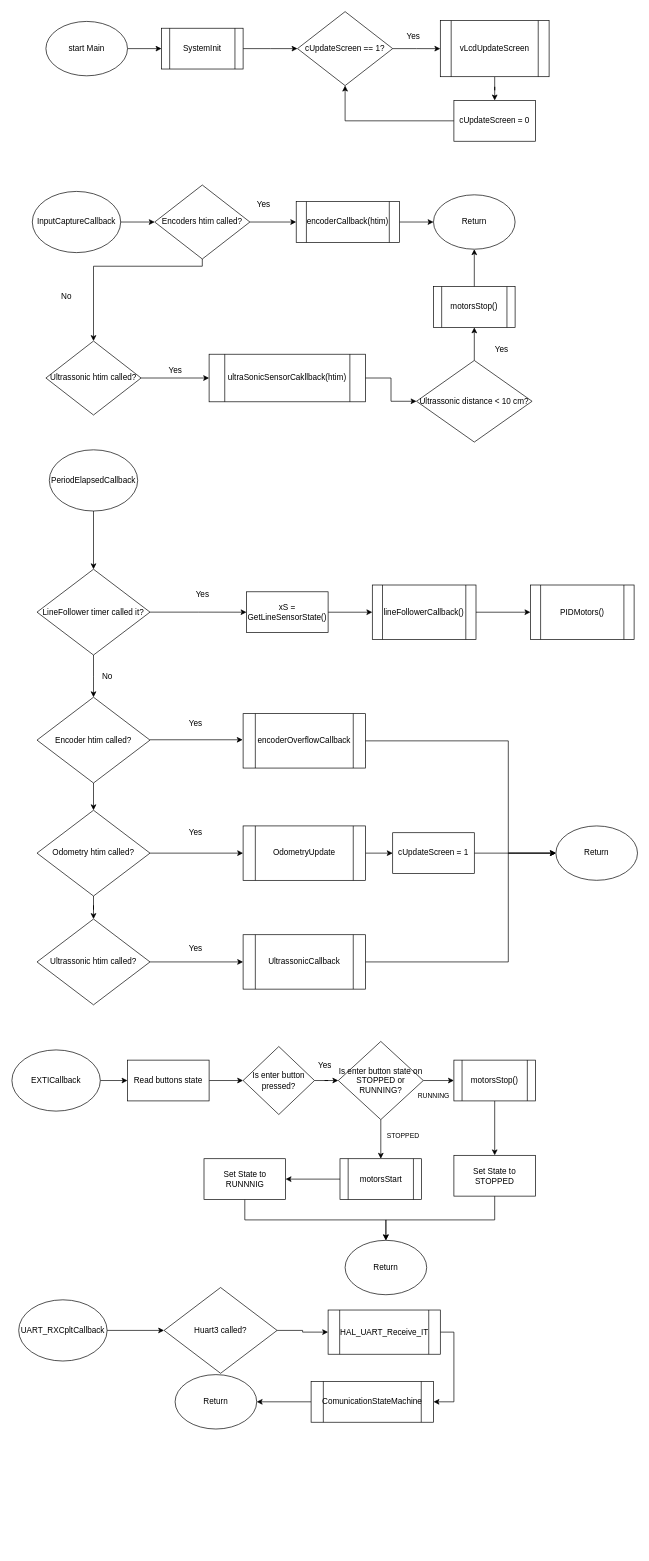
Before: FluxogramaMain.drawio in gabrielhaj/ES070, a draw.io diagram. Source tidied: cells renumbered, new cells numbered last; positions are measured from the earlier drawing's top-left corner, leaving out a move shared by most shapes. Both pictures are drawn from the tidied source at 68%, with x=0, y=0 at pixel (12, 12).
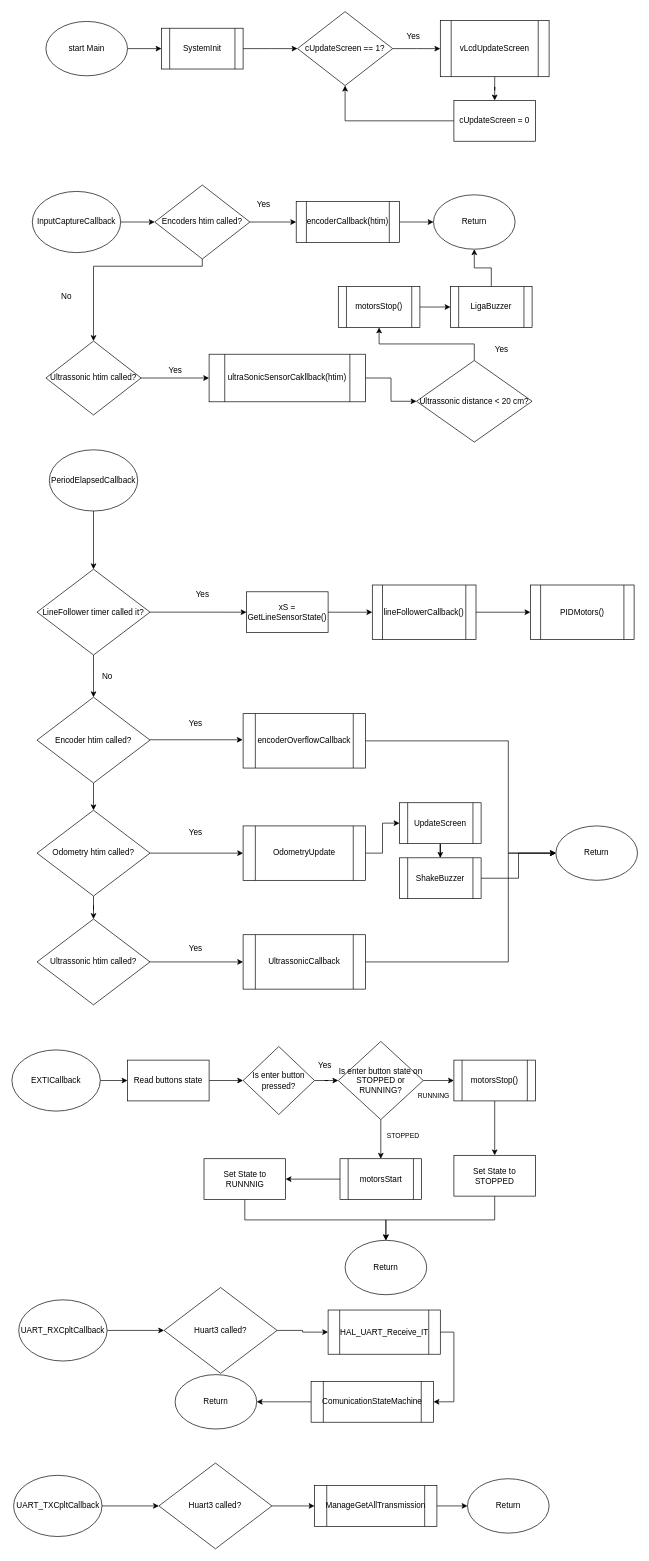
The same diagram, later.

The change refers to these unchanged cells:
```xml
<mxCell id="16" value="Return" style="ellipse;whiteSpace=wrap;html=1;" parent="1" vertex="1">
  <mxGeometry x="620" y="269" width="120" height="80" as="geometry" />
</mxCell>
<mxCell id="17" value="Return" style="ellipse;whiteSpace=wrap;html=1;" parent="1" vertex="1">
  <mxGeometry x="800" y="1197.1" width="120" height="80" as="geometry" />
</mxCell>
<mxCell id="77" value="OdometryUpdate" style="shape=process;whiteSpace=wrap;html=1;backgroundOutline=1;" parent="1" vertex="1">
  <mxGeometry x="340" y="1197.1" width="180" height="80" as="geometry" />
</mxCell>
```

Diff of the diagram source:
```diff
@@
-    <mxCell id="35" value="Ultrassonic distance &amp;lt; 10 cm?" style="rhombus;whiteSpace=wrap;html=1;" parent="1" vertex="1">
+    <mxCell id="35" value="Ultrassonic distance &amp;lt; 20 cm?" style="rhombus;whiteSpace=wrap;html=1;" parent="1" vertex="1">
       <mxGeometry x="595" y="512.6" width="170" height="120" as="geometry" />
     </mxCell>
@@
-    <mxCell id="37" style="edgeStyle=orthogonalEdgeStyle;rounded=0;jettySize=auto;html=1;entryX=0.5;entryY=1;entryDx=0;entryDy=0;" parent="1" edge="1" source="38" target="16">
-      <mxGeometry relative="1" as="geometry" />
-    </mxCell>
+    <mxCell id="95" style="edgeStyle=orthogonalEdgeStyle;rounded=0;jettySize=auto;html=1;entryX=0;entryY=0.5;entryDx=0;entryDy=0;" parent="1" edge="1" source="38" target="102">
+      <mxGeometry relative="1" as="geometry" />
+    </mxCell>
     <mxCell id="38" value="motorsStop()" style="shape=process;whiteSpace=wrap;html=1;backgroundOutline=1;" parent="1" vertex="1">
-      <mxGeometry x="620" y="404" width="120" height="60" as="geometry" />
+      <mxGeometry x="480" y="404" width="120" height="60" as="geometry" />
     </mxCell>
@@
-    <mxCell id="76" style="edgeStyle=orthogonalEdgeStyle;rounded=0;jettySize=auto;html=1;" parent="1" edge="1" source="77" target="85">
-      <mxGeometry relative="1" as="geometry" />
-    </mxCell>
+    <mxCell id="96" style="edgeStyle=orthogonalEdgeStyle;rounded=0;jettySize=auto;html=1;entryX=0;entryY=0.5;entryDx=0;entryDy=0;" parent="1" edge="1" source="77" target="98">
+      <mxGeometry relative="1" as="geometry" />
+    </mxCell>
@@
-    <mxCell id="84" style="edgeStyle=orthogonalEdgeStyle;rounded=0;jettySize=auto;html=1;" parent="1" edge="1" source="85">
-      <mxGeometry relative="1" as="geometry">
-        <mxPoint x="800" y="1237.1" as="targetPoint" />
-      </mxGeometry>
-    </mxCell>
-    <mxCell id="85" value="cUpdateScreen = 1" style="whiteSpace=wrap;html=1;" parent="1" vertex="1">
-      <mxGeometry x="560" y="1207.1" width="120" height="60" as="geometry" />
-    </mxCell>
@@
+    <mxCell id="97" style="edgeStyle=orthogonalEdgeStyle;rounded=0;jettySize=auto;html=1;" parent="1" edge="1" source="98" target="100">
+      <mxGeometry relative="1" as="geometry" />
+    </mxCell>
+    <mxCell id="98" value="UpdateScreen" style="shape=process;whiteSpace=wrap;html=1;backgroundOutline=1;" parent="1" vertex="1">
+      <mxGeometry x="570" y="1163" width="120" height="60" as="geometry" />
+    </mxCell>
+    <mxCell id="99" style="edgeStyle=orthogonalEdgeStyle;rounded=0;jettySize=auto;html=1;entryX=0;entryY=0.5;entryDx=0;entryDy=0;" parent="1" edge="1" source="100" target="17">
+      <mxGeometry relative="1" as="geometry" />
+    </mxCell>
+    <mxCell id="100" value="ShakeBuzzer" style="shape=process;whiteSpace=wrap;html=1;backgroundOutline=1;" parent="1" vertex="1">
+      <mxGeometry x="570" y="1244" width="120" height="60" as="geometry" />
+    </mxCell>
+    <mxCell id="101" style="edgeStyle=orthogonalEdgeStyle;rounded=0;jettySize=auto;html=1;entryX=0.5;entryY=1;entryDx=0;entryDy=0;" parent="1" edge="1" source="102" target="16">
+      <mxGeometry relative="1" as="geometry" />
+    </mxCell>
+    <mxCell id="102" value="LigaBuzzer" style="shape=process;whiteSpace=wrap;html=1;backgroundOutline=1;" parent="1" vertex="1">
+      <mxGeometry x="645" y="404" width="120" height="60" as="geometry" />
+    </mxCell>
+    <mxCell id="103" style="edgeStyle=orthogonalEdgeStyle;rounded=0;jettySize=auto;html=1;entryX=0;entryY=0.5;entryDx=0;entryDy=0;" parent="1" edge="1" source="104" target="106">
+      <mxGeometry relative="1" as="geometry" />
+    </mxCell>
+    <mxCell id="104" value="UART_TXCpltCallback" style="ellipse;whiteSpace=wrap;html=1;" parent="1" vertex="1">
+      <mxGeometry x="2.5" y="2152.1" width="130" height="90" as="geometry" />
+    </mxCell>
+    <mxCell id="105" style="edgeStyle=orthogonalEdgeStyle;rounded=0;jettySize=auto;html=1;entryX=0;entryY=0.5;entryDx=0;entryDy=0;" parent="1" edge="1" source="106" target="108">
+      <mxGeometry relative="1" as="geometry" />
+    </mxCell>
+    <mxCell id="106" value="Huart3 called?" style="rhombus;whiteSpace=wrap;html=1;" parent="1" vertex="1">
+      <mxGeometry x="216.2" y="2134" width="166.2" height="126.2" as="geometry" />
+    </mxCell>
+    <mxCell id="107" style="edgeStyle=orthogonalEdgeStyle;rounded=0;jettySize=auto;html=1;" parent="1" edge="1" source="108" target="109">
+      <mxGeometry relative="1" as="geometry" />
+    </mxCell>
+    <mxCell id="108" value="ManageGetAllTransmission" style="shape=process;whiteSpace=wrap;html=1;backgroundOutline=1;" parent="1" vertex="1">
+      <mxGeometry x="445" y="2167.1" width="180" height="60" as="geometry" />
+    </mxCell>
+    <mxCell id="109" value="Return" style="ellipse;whiteSpace=wrap;html=1;" parent="1" vertex="1">
+      <mxGeometry x="670" y="2157.1" width="120" height="80" as="geometry" />
+    </mxCell>
```
